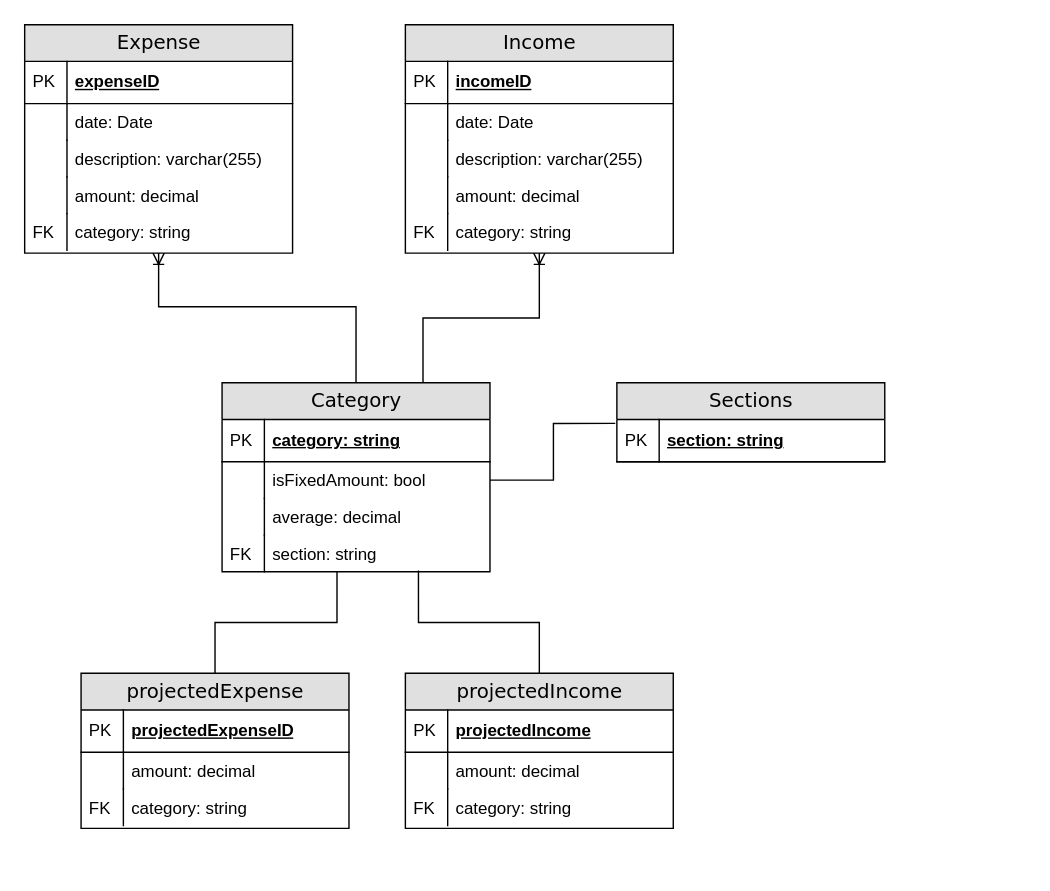
The draw.io diagram Untitled Diagram.drawio in SkyeRenda/budgeting, before the edit. Source tidied: cells renumbered, new cells numbered last; positions are measured from the earlier drawing's top-left corner, leaving out a move shared by most shapes. Both pictures are drawn from the tidied source at 141%, with x=0, y=0 at pixel (24, 24).
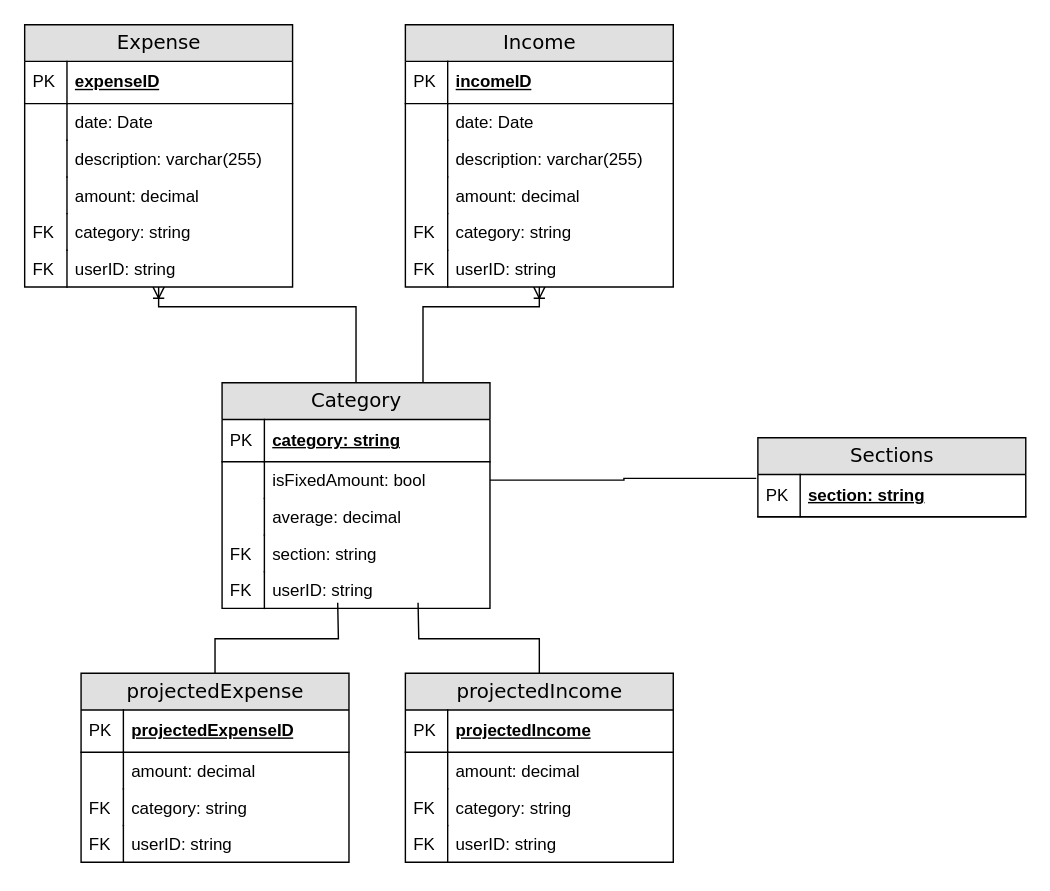
After the change.

Unchanged cells that the change refers to:
```xml
<mxCell id="33" value="section: string" style="shape=partialRectangle;top=0;left=0;right=0;bottom=0;html=1;align=left;verticalAlign=top;fillColor=none;spacingLeft=34;spacingRight=4;whiteSpace=wrap;overflow=hidden;points=[[0,0.5],[1,0.5]];portConstraint=eastwest;" parent="26" vertex="1">
  <mxGeometry y="108" width="190" height="26" as="geometry" />
</mxCell>
```

The edit, as a diff of the source:
```diff
@@
     <mxCell id="3" value="Expense" style="swimlane;html=1;fontStyle=0;horizontal=1;startSize=26;fillColor=#e0e0e0;swimlaneFillColor=#ffffff;align=center;rounded=0;shadow=0;comic=0;labelBackgroundColor=none;strokeWidth=1;fontFamily=Verdana;fontSize=14;" parent="1" vertex="1">
-      <mxGeometry width="190" height="162" as="geometry" />
+      <mxGeometry width="190" height="186" as="geometry" />
     </mxCell>
@@
+    <mxCell id="55" value="userID: string" style="shape=partialRectangle;top=0;left=0;right=0;bottom=0;html=1;align=left;verticalAlign=top;fillColor=none;spacingLeft=34;spacingRight=4;whiteSpace=wrap;overflow=hidden;" parent="3" vertex="1">
+      <mxGeometry y="160" width="190" height="26" as="geometry" />
+    </mxCell>
+    <mxCell id="56" value="FK" style="shape=partialRectangle;top=0;left=0;bottom=0;html=1;fillColor=none;align=left;verticalAlign=top;spacingLeft=4;spacingRight=4;whiteSpace=wrap;overflow=hidden;" parent="55" vertex="1">
+      <mxGeometry width="30" height="26" as="geometry" />
+    </mxCell>
     <mxCell id="14" style="edgeStyle=orthogonalEdgeStyle;rounded=0;jettySize=auto;html=1;entryX=0.75;entryY=0;entryDx=0;entryDy=0;strokeColor=default;startArrow=ERoneToMany;startFill=0;endArrow=none;endFill=0;" parent="1" edge="1" source="15" target="26">
-      <mxGeometry relative="1" as="geometry" />
+      <mxGeometry relative="1" as="geometry">
+        <Array as="points">
+          <mxPoint x="365" y="200" />
+          <mxPoint x="283" y="200" />
+        </Array>
+      </mxGeometry>
     </mxCell>
     <mxCell id="15" value="Income" style="swimlane;html=1;fontStyle=0;horizontal=1;startSize=26;fillColor=#e0e0e0;swimlaneFillColor=#ffffff;align=center;rounded=0;shadow=0;comic=0;labelBackgroundColor=none;strokeWidth=1;fontFamily=Verdana;fontSize=14;" parent="1" vertex="1">
-      <mxGeometry x="270" width="190" height="162" as="geometry" />
+      <mxGeometry x="270" width="190" height="186" as="geometry" />
     </mxCell>
@@
+    <mxCell id="57" value="userID: string" style="shape=partialRectangle;top=0;left=0;right=0;bottom=0;html=1;align=left;verticalAlign=top;fillColor=none;spacingLeft=34;spacingRight=4;whiteSpace=wrap;overflow=hidden;" parent="15" vertex="1">
+      <mxGeometry y="160" width="190" height="26" as="geometry" />
+    </mxCell>
+    <mxCell id="58" value="&lt;div&gt;FK&lt;/div&gt;&lt;div&gt;&lt;br&gt;&lt;/div&gt;" style="shape=partialRectangle;top=0;left=0;bottom=0;html=1;fillColor=none;align=left;verticalAlign=top;spacingLeft=4;spacingRight=4;whiteSpace=wrap;overflow=hidden;" parent="57" vertex="1">
+      <mxGeometry width="30" height="26" as="geometry" />
+    </mxCell>
     <mxCell id="26" value="Category" style="swimlane;html=1;fontStyle=0;horizontal=1;startSize=26;fillColor=#e0e0e0;swimlaneFillColor=#ffffff;align=center;rounded=0;shadow=0;comic=0;labelBackgroundColor=none;strokeWidth=1;fontFamily=Verdana;fontSize=14;" parent="1" vertex="1">
-      <mxGeometry x="140" y="254" width="190" height="134" as="geometry" />
+      <mxGeometry x="140" y="254" width="190" height="160" as="geometry" />
     </mxCell>
@@
+    <mxCell id="59" value="userID: string" style="shape=partialRectangle;top=0;left=0;right=0;bottom=0;html=1;align=left;verticalAlign=top;fillColor=none;spacingLeft=34;spacingRight=4;whiteSpace=wrap;overflow=hidden;" parent="26" vertex="1">
+      <mxGeometry y="134" width="190" height="26" as="geometry" />
+    </mxCell>
+    <mxCell id="60" value="FK" style="shape=partialRectangle;top=0;left=0;bottom=0;html=1;fillColor=none;align=left;verticalAlign=top;spacingLeft=4;spacingRight=4;whiteSpace=wrap;overflow=hidden;" parent="59" vertex="1">
+      <mxGeometry width="30" height="26" as="geometry" />
+    </mxCell>
-    <mxCell id="35" style="edgeStyle=orthogonalEdgeStyle;rounded=0;jettySize=auto;html=1;strokeColor=default;startArrow=none;startFill=0;endArrow=none;endFill=0;entryX=0.429;entryY=0.989;entryDx=0;entryDy=0;entryPerimeter=0;" parent="1" edge="1" source="36" target="33">
-      <mxGeometry relative="1" as="geometry" />
+    <mxCell id="35" style="edgeStyle=orthogonalEdgeStyle;rounded=0;jettySize=auto;html=1;strokeColor=default;startArrow=none;startFill=0;endArrow=none;endFill=0;" parent="1" edge="1" source="36">
+      <mxGeometry relative="1" as="geometry">
+        <mxPoint x="222" y="410" as="targetPoint" />
+      </mxGeometry>
     </mxCell>
     <mxCell id="36" value="projectedExpense" style="swimlane;html=1;fontStyle=0;horizontal=1;startSize=26;fillColor=#e0e0e0;swimlaneFillColor=#ffffff;align=center;rounded=0;shadow=0;comic=0;labelBackgroundColor=none;strokeWidth=1;fontFamily=Verdana;fontSize=14;" parent="1" vertex="1">
-      <mxGeometry x="40" y="460" width="190" height="110" as="geometry" />
+      <mxGeometry x="40" y="460" width="190" height="134" as="geometry" />
     </mxCell>
@@
+    <mxCell id="61" value="userID: string" style="shape=partialRectangle;top=0;left=0;right=0;bottom=0;html=1;align=left;verticalAlign=top;fillColor=none;spacingLeft=34;spacingRight=4;whiteSpace=wrap;overflow=hidden;" parent="36" vertex="1">
+      <mxGeometry y="108" width="190" height="26" as="geometry" />
+    </mxCell>
+    <mxCell id="62" value="FK" style="shape=partialRectangle;top=0;left=0;bottom=0;html=1;fillColor=none;align=left;verticalAlign=top;spacingLeft=4;spacingRight=4;whiteSpace=wrap;overflow=hidden;" parent="61" vertex="1">
+      <mxGeometry width="30" height="26" as="geometry" />
+    </mxCell>
-    <mxCell id="43" style="edgeStyle=orthogonalEdgeStyle;rounded=0;jettySize=auto;html=1;strokeColor=default;startArrow=none;startFill=0;endArrow=none;endFill=0;entryX=0.733;entryY=0.967;entryDx=0;entryDy=0;entryPerimeter=0;" parent="1" edge="1" source="44" target="33">
-      <mxGeometry relative="1" as="geometry" />
+    <mxCell id="43" style="edgeStyle=orthogonalEdgeStyle;rounded=0;jettySize=auto;html=1;strokeColor=default;startArrow=none;startFill=0;endArrow=none;endFill=0;" parent="1" edge="1" source="44">
+      <mxGeometry relative="1" as="geometry">
+        <mxPoint x="279" y="410" as="targetPoint" />
+      </mxGeometry>
     </mxCell>
     <mxCell id="44" value="projectedIncome" style="swimlane;html=1;fontStyle=0;horizontal=1;startSize=26;fillColor=#e0e0e0;swimlaneFillColor=#ffffff;align=center;rounded=0;shadow=0;comic=0;labelBackgroundColor=none;strokeWidth=1;fontFamily=Verdana;fontSize=14;" parent="1" vertex="1">
-      <mxGeometry x="270" y="460" width="190" height="110" as="geometry" />
+      <mxGeometry x="270" y="460" width="190" height="134" as="geometry" />
     </mxCell>
@@
+    <mxCell id="63" value="userID: string" style="shape=partialRectangle;top=0;left=0;right=0;bottom=0;html=1;align=left;verticalAlign=top;fillColor=none;spacingLeft=34;spacingRight=4;whiteSpace=wrap;overflow=hidden;" parent="44" vertex="1">
+      <mxGeometry y="108" width="190" height="26" as="geometry" />
+    </mxCell>
+    <mxCell id="64" value="&lt;div&gt;FK&lt;/div&gt;&lt;div&gt;&lt;br&gt;&lt;/div&gt;" style="shape=partialRectangle;top=0;left=0;bottom=0;html=1;fillColor=none;align=left;verticalAlign=top;spacingLeft=4;spacingRight=4;whiteSpace=wrap;overflow=hidden;" parent="63" vertex="1">
+      <mxGeometry width="30" height="26" as="geometry" />
+    </mxCell>
     <mxCell id="51" value="Sections" style="swimlane;html=1;fontStyle=0;horizontal=1;startSize=26;fillColor=#e0e0e0;swimlaneFillColor=#ffffff;align=center;rounded=0;shadow=0;comic=0;labelBackgroundColor=none;strokeWidth=1;fontFamily=Verdana;fontSize=14;" parent="1" vertex="1">
-      <mxGeometry x="420" y="254" width="190" height="56" as="geometry" />
+      <mxGeometry x="520" y="293" width="190" height="56" as="geometry" />
     </mxCell>
```
